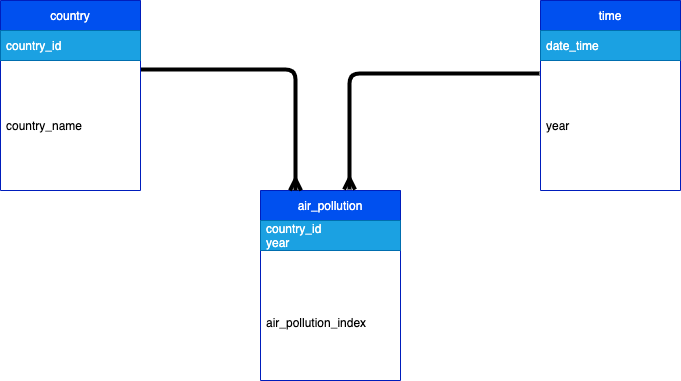
The draw.io diagram docs/images/er.drawio.png in fabioba/data-climate-pipeline, before a commit. Source tidied: cells renumbered, new cells last; positions are measured from the earlier drawing's top-left corner, leaving out a move shared by most shapes.
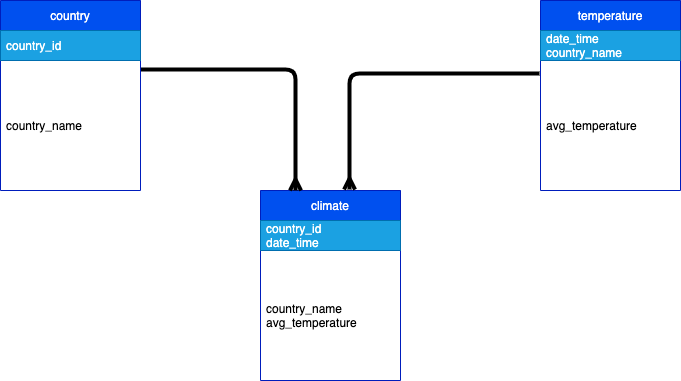
After the change.

The edit, as a diff of the source:
```diff
@@ -2,13 +2,13 @@
   <root>
     <mxCell id="0" />
     <mxCell id="1" parent="0" />
-    <mxCell id="2" value="air_pollution" style="swimlane;fontStyle=0;horizontal=1;startSize=30;fillColor=#0050ef;fontColor=#ffffff;strokeColor=#001DBC;" parent="1" vertex="1">
+    <mxCell id="2" value="climate" style="swimlane;fontStyle=0;horizontal=1;startSize=30;fillColor=#0050ef;fontColor=#ffffff;strokeColor=#001DBC;" parent="1" vertex="1">
       <mxGeometry x="260" y="190" width="140" height="190" as="geometry" />
     </mxCell>
-    <mxCell id="3" value="country_id&#10;year" style="text;strokeColor=#006EAF;fillColor=#1ba1e2;align=left;verticalAlign=middle;spacingLeft=4;spacingRight=4;overflow=hidden;fontColor=#ffffff;" parent="2" vertex="1">
+    <mxCell id="3" value="country_id&#10;date_time" style="text;strokeColor=#006EAF;fillColor=#1ba1e2;align=left;verticalAlign=middle;spacingLeft=4;spacingRight=4;overflow=hidden;fontColor=#ffffff;" parent="2" vertex="1">
       <mxGeometry y="30" width="140" height="30" as="geometry" />
     </mxCell>
-    <mxCell id="4" value="&#10;air_pollution_index" style="text;strokeColor=none;fillColor=none;align=left;verticalAlign=middle;spacingLeft=4;spacingRight=4;overflow=hidden;" parent="2" vertex="1">
+    <mxCell id="4" value="country_name&#10;avg_temperature" style="text;strokeColor=none;fillColor=none;align=left;verticalAlign=middle;spacingLeft=4;spacingRight=4;overflow=hidden;" parent="2" vertex="1">
       <mxGeometry y="60" width="140" height="130" as="geometry" />
     </mxCell>
     <mxCell id="5" style="edgeStyle=none;html=1;endArrow=ERmany;endFill=0;exitX=1;exitY=0.069;exitDx=0;exitDy=0;exitPerimeter=0;entryX=0.25;entryY=0;entryDx=0;entryDy=0;strokeWidth=4;strokeColor=#000000;" parent="1" edge="1" source="8" target="2">
@@ -27,13 +27,13 @@
     <mxCell id="8" value="country_name" style="text;strokeColor=none;fillColor=none;align=left;verticalAlign=middle;spacingLeft=4;spacingRight=4;overflow=hidden;points=[[0,0.5],[1,0.5]];portConstraint=eastwest;" parent="6" vertex="1">
       <mxGeometry y="60" width="140" height="130" as="geometry" />
     </mxCell>
-    <mxCell id="9" value="time" style="swimlane;fontStyle=0;horizontal=1;startSize=30;fillColor=#0050ef;fontColor=#ffffff;strokeColor=#001DBC;" parent="1" vertex="1">
+    <mxCell id="9" value="temperature" style="swimlane;fontStyle=0;horizontal=1;startSize=30;fillColor=#0050ef;fontColor=#ffffff;strokeColor=#001DBC;" parent="1" vertex="1">
       <mxGeometry x="540" width="140" height="190" as="geometry" />
     </mxCell>
-    <mxCell id="10" value="date_time" style="text;strokeColor=#006EAF;fillColor=#1ba1e2;align=left;verticalAlign=middle;spacingLeft=4;spacingRight=4;overflow=hidden;fontColor=#ffffff;" parent="9" vertex="1">
+    <mxCell id="10" value="date_time&#10;country_name" style="text;strokeColor=#006EAF;fillColor=#1ba1e2;align=left;verticalAlign=middle;spacingLeft=4;spacingRight=4;overflow=hidden;fontColor=#ffffff;" parent="9" vertex="1">
       <mxGeometry y="30" width="140" height="30" as="geometry" />
     </mxCell>
-    <mxCell id="11" value="year" style="text;strokeColor=none;fillColor=none;align=left;verticalAlign=middle;spacingLeft=4;spacingRight=4;overflow=hidden;points=[[0,0.5],[1,0.5]];portConstraint=eastwest;" parent="9" vertex="1">
+    <mxCell id="11" value="avg_temperature" style="text;strokeColor=none;fillColor=none;align=left;verticalAlign=middle;spacingLeft=4;spacingRight=4;overflow=hidden;points=[[0,0.5],[1,0.5]];portConstraint=eastwest;" parent="9" vertex="1">
       <mxGeometry y="60" width="140" height="130" as="geometry" />
     </mxCell>
     <mxCell id="12" style="edgeStyle=none;html=1;entryX=0.636;entryY=-0.005;entryDx=0;entryDy=0;entryPerimeter=0;endArrow=ERmany;endFill=0;exitX=-0.007;exitY=0.1;exitDx=0;exitDy=0;exitPerimeter=0;strokeWidth=4;strokeColor=#000000;" parent="1" edge="1" source="11" target="2">
```
